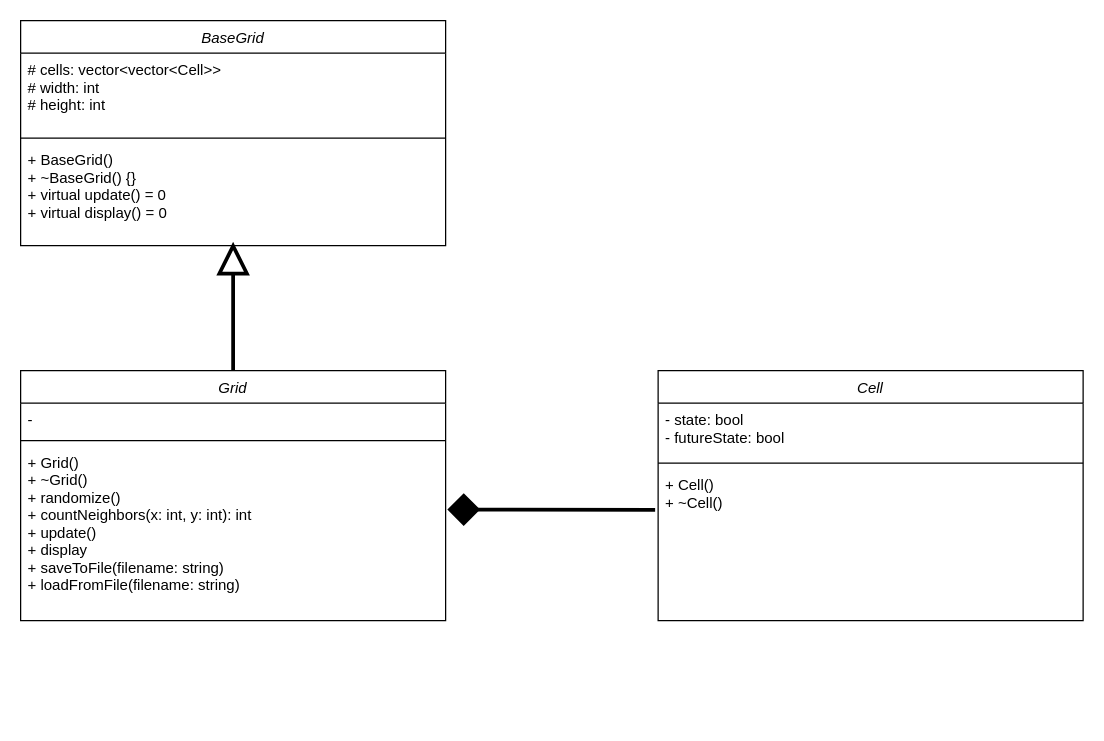
This is Pretty/GroupProject1-2.drawio from Gio-Dra/CS-225-GroupProject, a draw.io file, before an edit. Source tidied: cells renumbered, new cells numbered last; positions are measured from the earlier drawing's top-left corner, leaving out a move shared by most shapes. Both pictures are drawn from the tidied source at 125%, with x=0, y=0 at pixel (20, 20).
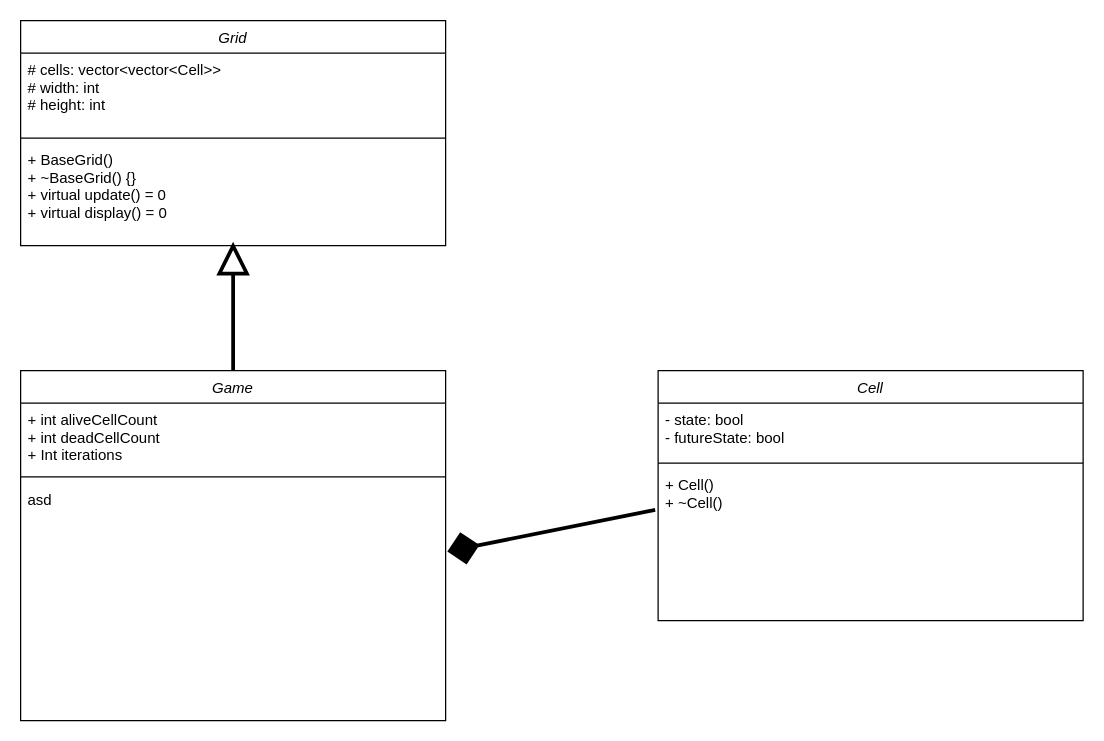
Above is the later version.

Diff of the diagram source:
```diff
@@
 <mxGraphModel>
   <root>
     <mxCell id="0" />
     <mxCell id="1" parent="0" />
-    <mxCell id="2" value="Grid" style="swimlane;fontStyle=2;align=center;verticalAlign=top;horizontal=1;startSize=26;rounded=0;shadow=0;strokeWidth=1;" parent="1" vertex="1">
-      <mxGeometry y="280" width="340" height="200" as="geometry" />
+    <mxCell id="2" value="Game" style="swimlane;fontStyle=2;align=center;verticalAlign=top;horizontal=1;startSize=26;rounded=0;shadow=0;strokeWidth=1;" parent="1" vertex="1">
+      <mxGeometry y="280" width="340" height="280" as="geometry" />
     </mxCell>
-    <mxCell id="3" value="-" style="text;align=left;verticalAlign=top;spacingLeft=4;spacingRight=4;overflow=hidden;" parent="2" vertex="1">
-      <mxGeometry y="26" width="340" height="26" as="geometry" />
+    <mxCell id="3" value="+ int aliveCellCount&#10;+ int deadCellCount&#10;+ Int iterations" style="text;align=left;verticalAlign=top;spacingLeft=4;spacingRight=4;overflow=hidden;" parent="2" vertex="1">
+      <mxGeometry y="26" width="340" height="54" as="geometry" />
     </mxCell>
     <mxCell id="4" style="line;html=1;strokeWidth=1;align=left;verticalAlign=middle;spacingTop=-1;spacingLeft=3;spacingRight=3;labelPosition=right;" parent="2" vertex="1">
-      <mxGeometry y="52" width="340" height="8" as="geometry" />
+      <mxGeometry y="80" width="340" height="10" as="geometry" />
     </mxCell>
-    <mxCell id="5" value="+ Grid()&#10;+ ~Grid()&#10;+ randomize()&#10;+ countNeighbors(x: int, y: int): int&#10;+ update()&#10;+ display&#10;+ saveToFile(filename: string)&#10;+ loadFromFile(filename: string)" style="text;align=left;verticalAlign=top;spacingLeft=4;spacingRight=4;overflow=hidden;points=[[0,0.5],[1,0.5]];portConstraint=eastwest;" parent="2" vertex="1">
-      <mxGeometry y="60" width="340" height="140" as="geometry" />
+    <mxCell id="5" value="asd" style="text;align=left;verticalAlign=top;spacingLeft=4;spacingRight=4;overflow=hidden;points=[[0,0.5],[1,0.5]];portConstraint=eastwest;" parent="2" vertex="1">
+      <mxGeometry y="90" width="340" height="150" as="geometry" />
     </mxCell>
     <mxCell id="6" value="Cell" style="swimlane;fontStyle=2;align=center;verticalAlign=top;horizontal=1;startSize=26;rounded=0;shadow=0;strokeWidth=1;" parent="1" vertex="1">
       <mxGeometry x="510" y="280" width="340" height="200" as="geometry" />
     </mxCell>
     <mxCell id="7" value="- state: bool&#10;- futureState: bool" style="text;align=left;verticalAlign=top;spacingLeft=4;spacingRight=4;overflow=hidden;" parent="6" vertex="1">
       <mxGeometry y="26" width="340" height="44" as="geometry" />
     </mxCell>
     <mxCell id="8" style="line;html=1;strokeWidth=1;align=left;verticalAlign=middle;spacingTop=-1;spacingLeft=3;spacingRight=3;labelPosition=right;" parent="6" vertex="1">
       <mxGeometry y="70" width="340" height="8" as="geometry" />
     </mxCell>
     <mxCell id="9" value="+ Cell()&#10;+ ~Cell()" style="text;align=left;verticalAlign=top;spacingLeft=4;spacingRight=4;overflow=hidden;points=[[0,0.5],[1,0.5]];portConstraint=eastwest;" parent="6" vertex="1">
       <mxGeometry y="78" width="340" height="122" as="geometry" />
     </mxCell>
     <mxCell id="10" style="rounded=0;jettySize=auto;html=1;strokeWidth=3;endArrow=block;endFill=0;startSize=8;endSize=19;exitX=0.5;exitY=0;exitDx=0;exitDy=0;entryX=0.5;entryY=0.963;entryDx=0;entryDy=0;entryPerimeter=0;" parent="1" edge="1" source="2" target="14">
       <mxGeometry relative="1" as="geometry" />
     </mxCell>
-    <mxCell id="11" value="BaseGrid" style="swimlane;fontStyle=2;align=center;verticalAlign=top;horizontal=1;startSize=26;rounded=0;shadow=0;strokeWidth=1;" parent="1" vertex="1">
+    <mxCell id="11" value="Grid" style="swimlane;fontStyle=2;align=center;verticalAlign=top;horizontal=1;startSize=26;rounded=0;shadow=0;strokeWidth=1;" parent="1" vertex="1">
       <mxGeometry width="340" height="180" as="geometry" />
     </mxCell>
     <mxCell id="12" value="# cells: vector&lt;vector&lt;Cell&gt;&gt;&#10;# width: int&#10;# height: int" style="text;align=left;verticalAlign=top;spacingLeft=4;spacingRight=4;overflow=hidden;" parent="11" vertex="1">
       <mxGeometry y="26" width="340" height="64" as="geometry" />
     </mxCell>
     <mxCell id="13" style="line;html=1;strokeWidth=1;align=left;verticalAlign=middle;spacingTop=-1;spacingLeft=3;spacingRight=3;labelPosition=right;" parent="11" vertex="1">
       <mxGeometry y="90" width="340" height="8" as="geometry" />
     </mxCell>
     <mxCell id="14" value="+ BaseGrid()&#10;+ ~BaseGrid() {}&#10;+ virtual update() = 0&#10;+ virtual display() = 0" style="text;align=left;verticalAlign=top;spacingLeft=4;spacingRight=4;overflow=hidden;points=[[0,0.5],[1,0.5]];portConstraint=eastwest;" parent="11" vertex="1">
       <mxGeometry y="98" width="340" height="82" as="geometry" />
     </mxCell>
     <mxCell id="15" style="rounded=0;jettySize=auto;html=1;strokeWidth=3;endArrow=diamond;endFill=1;startSize=8;endSize=19;entryX=1.004;entryY=0.365;entryDx=0;entryDy=0;entryPerimeter=0;exitX=-0.007;exitY=0.274;exitDx=0;exitDy=0;exitPerimeter=0;" parent="1" edge="1" source="9" target="5">
       <mxGeometry relative="1" as="geometry" />
     </mxCell>
   </root>
 </mxGraphModel>
```
